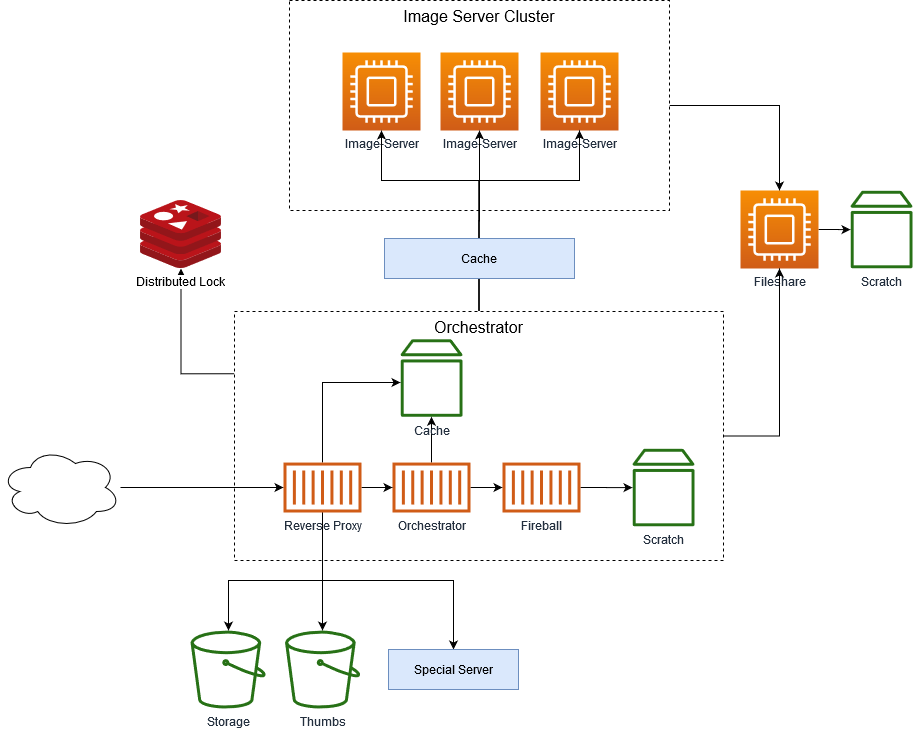
Earlier version of the draw.io export docs/rfcs/img/orchestrator-arch.png (dlcs/protagonist). Source tidied: cells renumbered, new cells last; positions are measured from the earlier drawing's top-left corner, leaving out a move shared by most shapes. Source of this version:
```xml
<mxGraphModel>
  <root>
    <mxCell id="0" />
    <mxCell id="1" parent="0" />
    <mxCell id="2" style="edgeStyle=orthogonalEdgeStyle;rounded=0;jettySize=auto;html=1;" parent="1" edge="1" source="3" target="6">
      <mxGeometry relative="1" as="geometry">
        <Array as="points">
          <mxPoint x="779" y="105" />
        </Array>
      </mxGeometry>
    </mxCell>
    <mxCell id="3" value="Image Server Cluster" style="rounded=0;whiteSpace=wrap;html=1;verticalAlign=top;fontSize=16;dashed=1;" parent="1" vertex="1">
      <mxGeometry x="289" width="380" height="210" as="geometry" />
    </mxCell>
    <mxCell id="4" value="Scratch" style="outlineConnect=0;fontColor=#232F3E;gradientColor=none;fillColor=#277116;strokeColor=none;dashed=0;verticalLabelPosition=bottom;verticalAlign=top;align=center;html=1;fontSize=12;fontStyle=0;shape=mxgraph.aws4.volume;" parent="1" vertex="1">
      <mxGeometry x="850" y="190" width="62" height="78" as="geometry" />
    </mxCell>
    <mxCell id="5" style="edgeStyle=orthogonalEdgeStyle;rounded=0;jettySize=auto;html=1;" parent="1" edge="1" source="6" target="4">
      <mxGeometry relative="1" as="geometry" />
    </mxCell>
    <mxCell id="6" value="Fileshare" style="outlineConnect=0;fontColor=#232F3E;gradientColor=#F78E04;gradientDirection=north;fillColor=#D05C17;strokeColor=#ffffff;dashed=0;verticalLabelPosition=bottom;verticalAlign=top;align=center;html=1;fontSize=12;fontStyle=0;shape=mxgraph.aws4.resourceIcon;resIcon=mxgraph.aws4.compute;" parent="1" vertex="1">
      <mxGeometry x="740" y="190" width="78" height="78" as="geometry" />
    </mxCell>
    <mxCell id="7" value="Image-Server" style="outlineConnect=0;fontColor=#232F3E;gradientColor=#F78E04;gradientDirection=north;fillColor=#D05C17;strokeColor=#ffffff;dashed=0;verticalLabelPosition=bottom;verticalAlign=top;align=center;html=1;fontSize=12;fontStyle=0;shape=mxgraph.aws4.resourceIcon;resIcon=mxgraph.aws4.compute;" parent="1" vertex="1">
      <mxGeometry x="342" y="52" width="78" height="78" as="geometry" />
    </mxCell>
    <mxCell id="8" value="Image-Server" style="outlineConnect=0;fontColor=#232F3E;gradientColor=#F78E04;gradientDirection=north;fillColor=#D05C17;strokeColor=#ffffff;dashed=0;verticalLabelPosition=bottom;verticalAlign=top;align=center;html=1;fontSize=12;fontStyle=0;shape=mxgraph.aws4.resourceIcon;resIcon=mxgraph.aws4.compute;" parent="1" vertex="1">
      <mxGeometry x="440" y="52" width="78" height="78" as="geometry" />
    </mxCell>
    <mxCell id="9" value="Image-Server" style="outlineConnect=0;fontColor=#232F3E;gradientColor=#F78E04;gradientDirection=north;fillColor=#D05C17;strokeColor=#ffffff;dashed=0;verticalLabelPosition=bottom;verticalAlign=top;align=center;html=1;fontSize=12;fontStyle=0;shape=mxgraph.aws4.resourceIcon;resIcon=mxgraph.aws4.compute;" parent="1" vertex="1">
      <mxGeometry x="540" y="52" width="78" height="78" as="geometry" />
    </mxCell>
    <mxCell id="10" style="edgeStyle=orthogonalEdgeStyle;rounded=0;jettySize=auto;html=1;" parent="1" edge="1" source="15" target="8">
      <mxGeometry relative="1" as="geometry" />
    </mxCell>
    <mxCell id="11" style="edgeStyle=orthogonalEdgeStyle;rounded=0;jettySize=auto;html=1;" parent="1" edge="1" source="15" target="9">
      <mxGeometry relative="1" as="geometry">
        <Array as="points">
          <mxPoint x="479" y="180" />
          <mxPoint x="579" y="180" />
        </Array>
      </mxGeometry>
    </mxCell>
    <mxCell id="12" style="edgeStyle=orthogonalEdgeStyle;rounded=0;jettySize=auto;html=1;exitX=0.5;exitY=0;exitDx=0;exitDy=0;" parent="1" edge="1" source="15" target="7">
      <mxGeometry relative="1" as="geometry">
        <Array as="points">
          <mxPoint x="479" y="180" />
          <mxPoint x="381" y="180" />
        </Array>
      </mxGeometry>
    </mxCell>
    <mxCell id="13" style="edgeStyle=orthogonalEdgeStyle;rounded=0;jettySize=auto;html=1;exitX=1;exitY=0.5;exitDx=0;exitDy=0;" parent="1" edge="1" source="15" target="6">
      <mxGeometry relative="1" as="geometry" />
    </mxCell>
    <mxCell id="14" style="edgeStyle=orthogonalEdgeStyle;rounded=0;jettySize=auto;html=1;exitX=0;exitY=0.25;exitDx=0;exitDy=0;" parent="1" edge="1" source="15" target="35">
      <mxGeometry relative="1" as="geometry" />
    </mxCell>
    <mxCell id="15" value="Orchestrator" style="rounded=0;whiteSpace=wrap;html=1;verticalAlign=top;fontSize=16;dashed=1;" parent="1" vertex="1">
      <mxGeometry x="234" y="311" width="489" height="249" as="geometry" />
    </mxCell>
    <mxCell id="16" style="edgeStyle=orthogonalEdgeStyle;rounded=0;jettySize=auto;html=1;fontSize=16;" parent="1" edge="1" source="18" target="21">
      <mxGeometry relative="1" as="geometry" />
    </mxCell>
    <mxCell id="17" style="edgeStyle=orthogonalEdgeStyle;rounded=0;jettySize=auto;html=1;" parent="1" edge="1" source="18" target="20">
      <mxGeometry relative="1" as="geometry" />
    </mxCell>
    <mxCell id="18" value="Orchestrator" style="outlineConnect=0;fontColor=#232F3E;gradientColor=none;fillColor=#D05C17;strokeColor=none;dashed=0;verticalLabelPosition=bottom;verticalAlign=top;align=center;html=1;fontSize=12;fontStyle=0;shape=mxgraph.aws4.container_1;" parent="1" vertex="1">
      <mxGeometry x="392" y="462" width="78" height="50" as="geometry" />
    </mxCell>
    <mxCell id="19" style="edgeStyle=orthogonalEdgeStyle;rounded=0;jettySize=auto;html=1;fontSize=16;" parent="1" edge="1" source="20" target="22">
      <mxGeometry relative="1" as="geometry" />
    </mxCell>
    <mxCell id="20" value="Fireball" style="outlineConnect=0;fontColor=#232F3E;gradientColor=none;fillColor=#D05C17;strokeColor=none;dashed=0;verticalLabelPosition=bottom;verticalAlign=top;align=center;html=1;fontSize=12;fontStyle=0;shape=mxgraph.aws4.container_1;" parent="1" vertex="1">
      <mxGeometry x="502" y="462" width="78" height="50" as="geometry" />
    </mxCell>
    <mxCell id="21" value="Cache" style="outlineConnect=0;fontColor=#232F3E;gradientColor=none;fillColor=#277116;strokeColor=none;dashed=0;verticalLabelPosition=bottom;verticalAlign=top;align=center;html=1;fontSize=12;fontStyle=0;shape=mxgraph.aws4.volume;" parent="1" vertex="1">
      <mxGeometry x="400" y="338.5" width="62" height="78" as="geometry" />
    </mxCell>
    <mxCell id="22" value="Scratch" style="outlineConnect=0;fontColor=#232F3E;gradientColor=none;fillColor=#277116;strokeColor=none;dashed=0;verticalLabelPosition=bottom;verticalAlign=top;align=center;html=1;fontSize=12;fontStyle=0;shape=mxgraph.aws4.volume;" parent="1" vertex="1">
      <mxGeometry x="632" y="448" width="62" height="78" as="geometry" />
    </mxCell>
    <mxCell id="23" style="edgeStyle=orthogonalEdgeStyle;rounded=0;jettySize=auto;html=1;" parent="1" edge="1" source="24" target="31">
      <mxGeometry relative="1" as="geometry" />
    </mxCell>
    <mxCell id="24" style="ellipse;shape=cloud;whiteSpace=wrap;html=1;" parent="1" vertex="1">
      <mxGeometry y="447" width="120" height="80" as="geometry" />
    </mxCell>
    <mxCell id="25" value="Cache" style="rounded=0;whiteSpace=wrap;html=1;fillColor=#dae8fc;strokeColor=#6c8ebf;" parent="1" vertex="1">
      <mxGeometry x="384" y="238" width="190" height="40" as="geometry" />
    </mxCell>
    <mxCell id="26" style="edgeStyle=orthogonalEdgeStyle;rounded=0;jettySize=auto;html=1;" parent="1" edge="1" source="31" target="18">
      <mxGeometry relative="1" as="geometry" />
    </mxCell>
    <mxCell id="27" style="edgeStyle=orthogonalEdgeStyle;rounded=0;jettySize=auto;html=1;entryX=0.5;entryY=0;entryDx=0;entryDy=0;" parent="1" edge="1" source="31" target="34">
      <mxGeometry relative="1" as="geometry">
        <Array as="points">
          <mxPoint x="322" y="580" />
          <mxPoint x="453" y="580" />
        </Array>
      </mxGeometry>
    </mxCell>
    <mxCell id="28" style="edgeStyle=orthogonalEdgeStyle;rounded=0;jettySize=auto;html=1;" parent="1" edge="1" source="31" target="33">
      <mxGeometry relative="1" as="geometry">
        <Array as="points">
          <mxPoint x="322" y="580" />
          <mxPoint x="228" y="580" />
        </Array>
      </mxGeometry>
    </mxCell>
    <mxCell id="29" style="edgeStyle=orthogonalEdgeStyle;rounded=0;jettySize=auto;html=1;" parent="1" edge="1" source="31" target="32">
      <mxGeometry relative="1" as="geometry" />
    </mxCell>
    <mxCell id="30" style="edgeStyle=orthogonalEdgeStyle;rounded=0;jettySize=auto;html=1;" parent="1" edge="1" source="31" target="21">
      <mxGeometry relative="1" as="geometry">
        <Array as="points">
          <mxPoint x="322" y="382" />
        </Array>
      </mxGeometry>
    </mxCell>
    <mxCell id="31" value="Reverse Proxy" style="outlineConnect=0;fontColor=#232F3E;gradientColor=none;fillColor=#D05C17;strokeColor=none;dashed=0;verticalLabelPosition=bottom;verticalAlign=top;align=center;html=1;fontSize=12;fontStyle=0;shape=mxgraph.aws4.container_1;" parent="1" vertex="1">
      <mxGeometry x="283" y="462" width="78" height="50" as="geometry" />
    </mxCell>
    <mxCell id="32" value="Thumbs" style="outlineConnect=0;fontColor=#232F3E;gradientColor=none;fillColor=#277116;strokeColor=none;dashed=0;verticalLabelPosition=bottom;verticalAlign=top;align=center;html=1;fontSize=12;fontStyle=0;shape=mxgraph.aws4.bucket;" parent="1" vertex="1">
      <mxGeometry x="284.5" y="630" width="75" height="78" as="geometry" />
    </mxCell>
    <mxCell id="33" value="Storage" style="outlineConnect=0;fontColor=#232F3E;gradientColor=none;fillColor=#277116;strokeColor=none;dashed=0;verticalLabelPosition=bottom;verticalAlign=top;align=center;html=1;fontSize=12;fontStyle=0;shape=mxgraph.aws4.bucket;" parent="1" vertex="1">
      <mxGeometry x="190" y="630" width="75" height="78" as="geometry" />
    </mxCell>
    <mxCell id="34" value="Special Server" style="rounded=0;whiteSpace=wrap;html=1;fillColor=#dae8fc;strokeColor=#6c8ebf;" parent="1" vertex="1">
      <mxGeometry x="388" y="649" width="130" height="40" as="geometry" />
    </mxCell>
    <mxCell id="35" value="Distributed Lock" style="html=1;points=[];align=center;image;fontSize=12;image=img/lib/mscae/Cache_Redis_Product.svg;" parent="1" vertex="1">
      <mxGeometry x="140" y="200" width="81" height="68" as="geometry" />
    </mxCell>
  </root>
</mxGraphModel>
```
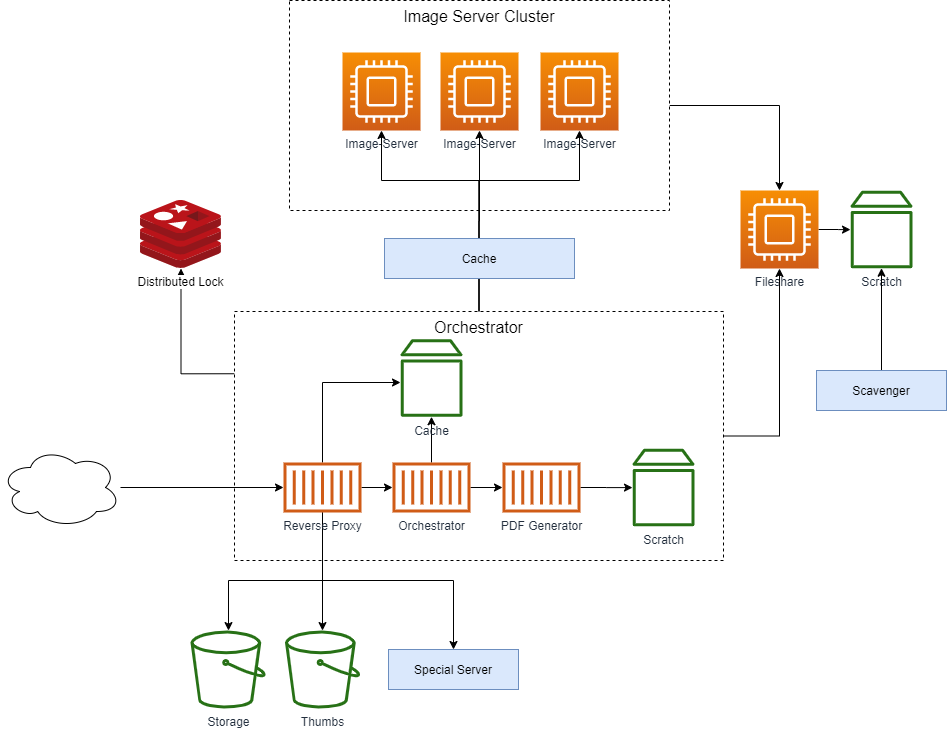
After the commit.

What changed in the source:
```diff
@@ -70,7 +70,7 @@
     <mxCell id="19" style="edgeStyle=orthogonalEdgeStyle;rounded=0;jettySize=auto;html=1;fontSize=16;" parent="1" edge="1" source="20" target="22">
       <mxGeometry relative="1" as="geometry" />
     </mxCell>
-    <mxCell id="20" value="Fireball" style="outlineConnect=0;fontColor=#232F3E;gradientColor=none;fillColor=#D05C17;strokeColor=none;dashed=0;verticalLabelPosition=bottom;verticalAlign=top;align=center;html=1;fontSize=12;fontStyle=0;shape=mxgraph.aws4.container_1;" parent="1" vertex="1">
+    <mxCell id="20" value="PDF Generator" style="outlineConnect=0;fontColor=#232F3E;gradientColor=none;fillColor=#D05C17;strokeColor=none;dashed=0;verticalLabelPosition=bottom;verticalAlign=top;align=center;html=1;fontSize=12;fontStyle=0;shape=mxgraph.aws4.container_1;" parent="1" vertex="1">
       <mxGeometry x="502" y="462" width="78" height="50" as="geometry" />
     </mxCell>
     <mxCell id="21" value="Cache" style="outlineConnect=0;fontColor=#232F3E;gradientColor=none;fillColor=#277116;strokeColor=none;dashed=0;verticalLabelPosition=bottom;verticalAlign=top;align=center;html=1;fontSize=12;fontStyle=0;shape=mxgraph.aws4.volume;" parent="1" vertex="1">
@@ -132,5 +132,11 @@
     <mxCell id="35" value="Distributed Lock" style="html=1;points=[];align=center;image;fontSize=12;image=img/lib/mscae/Cache_Redis_Product.svg;" parent="1" vertex="1">
       <mxGeometry x="140" y="200" width="81" height="68" as="geometry" />
     </mxCell>
+    <mxCell id="36" style="edgeStyle=orthogonalEdgeStyle;rounded=0;jettySize=auto;html=1;exitX=0.5;exitY=0;exitDx=0;exitDy=0;" parent="1" edge="1" source="37" target="4">
+      <mxGeometry relative="1" as="geometry" />
+    </mxCell>
+    <mxCell id="37" value="Scavenger" style="rounded=0;whiteSpace=wrap;html=1;fillColor=#dae8fc;strokeColor=#6c8ebf;" parent="1" vertex="1">
+      <mxGeometry x="816" y="370" width="130" height="40" as="geometry" />
+    </mxCell>
   </root>
 </mxGraphModel>
```
